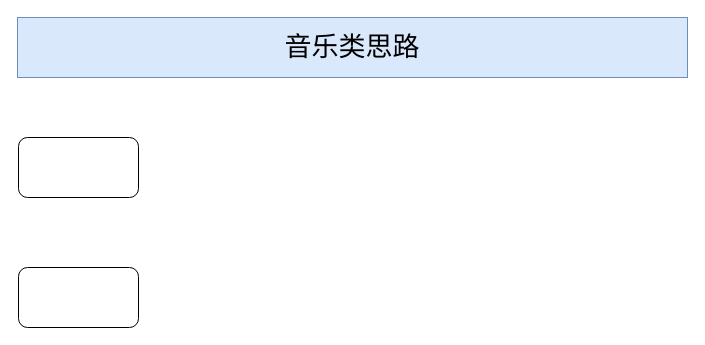
The draw.io diagram FLASK/27Music.drawio in redcomet88/DRAW, before the edit. Source tidied: cells renumbered, new cells numbered last; positions are measured from the earlier drawing's top-left corner, leaving out a move shared by most shapes. Both pictures are drawn from the tidied source at 100%, with x=0, y=0 at pixel (17, 17).
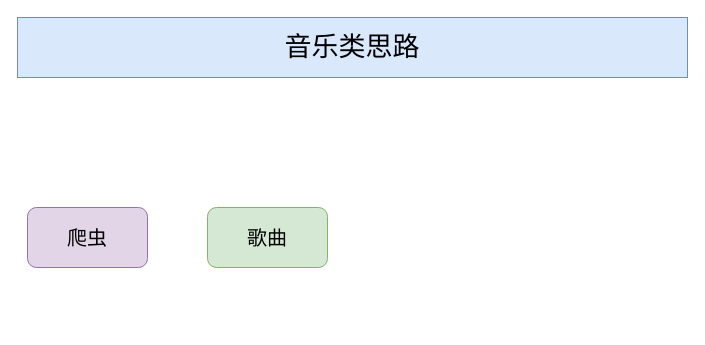
Above is the later version.

What changed in the source:
```diff
@@
 <mxGraphModel>
   <root>
     <mxCell id="0" />
     <mxCell id="1" parent="0" />
-    <mxCell id="2" style="rounded=1;whiteSpace=wrap;html=1;" parent="1" vertex="1">
-      <mxGeometry x="1" y="120" width="120" height="60" as="geometry" />
+    <mxCell id="2" value="歌曲" style="rounded=1;whiteSpace=wrap;html=1;fontSize=20;fillColor=#d5e8d4;strokeColor=#82b366;" parent="1" vertex="1">
+      <mxGeometry x="190" y="190" width="120" height="60" as="geometry" />
     </mxCell>
-    <mxCell id="3" style="rounded=1;whiteSpace=wrap;html=1;" parent="1" vertex="1">
-      <mxGeometry x="1" y="250" width="120" height="60" as="geometry" />
-    </mxCell>
     <mxCell id="4" value="音乐类思路" style="text;html=1;strokeColor=#6c8ebf;fillColor=#dae8fc;align=center;verticalAlign=middle;whiteSpace=wrap;rounded=0;fontSize=27;" parent="1" vertex="1">
       <mxGeometry width="670" height="60" as="geometry" />
     </mxCell>
+    <mxCell id="5" value="爬虫" style="rounded=1;whiteSpace=wrap;html=1;fontSize=20;fillColor=#e1d5e7;strokeColor=#9673a6;" parent="1" vertex="1">
+      <mxGeometry x="10" y="190" width="120" height="60" as="geometry" />
+    </mxCell>
   </root>
 </mxGraphModel>
```
